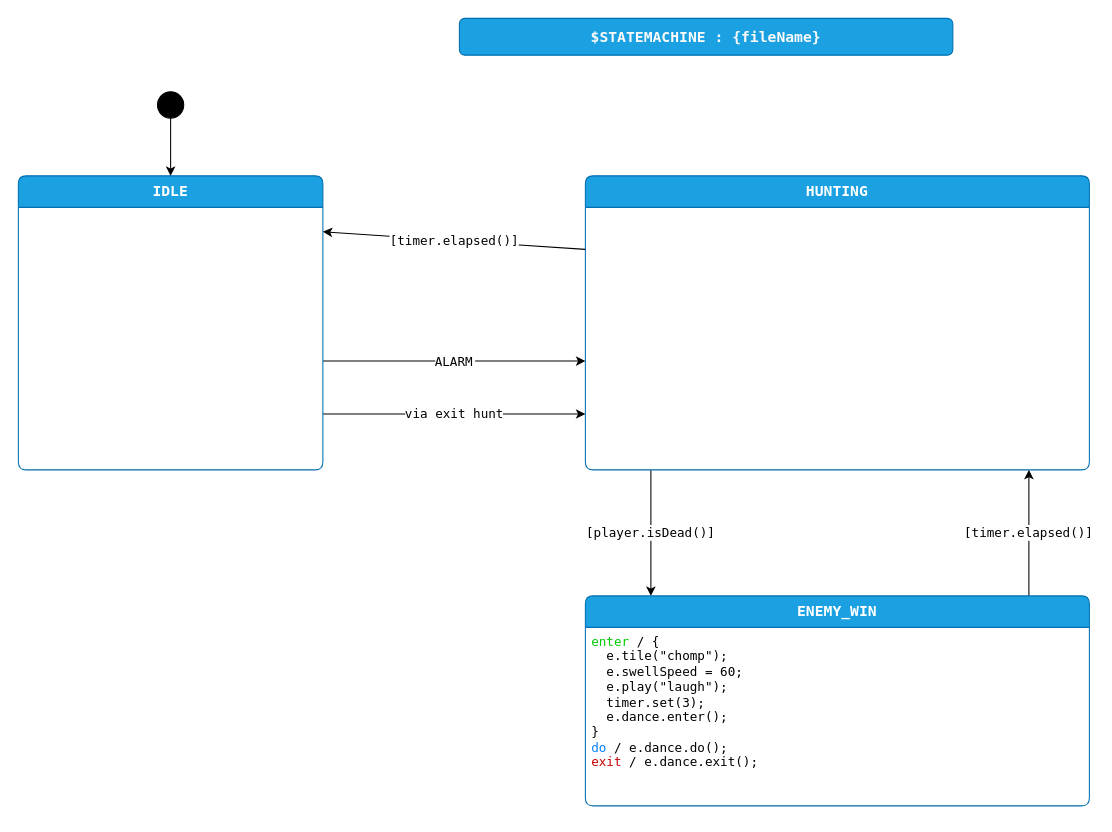
Before: page "design" (1 of 3) of enemy3/Enemy3Sm.drawio in adamfk/game-fsm-examples, a draw.io diagram. Source tidied: cells renumbered, new cells numbered last; positions are measured from the earlier drawing's top-left corner, leaving out a move shared by most shapes. Both pictures are drawn from the tidied source at 105%, with x=0, y=0 at pixel (18, 18).
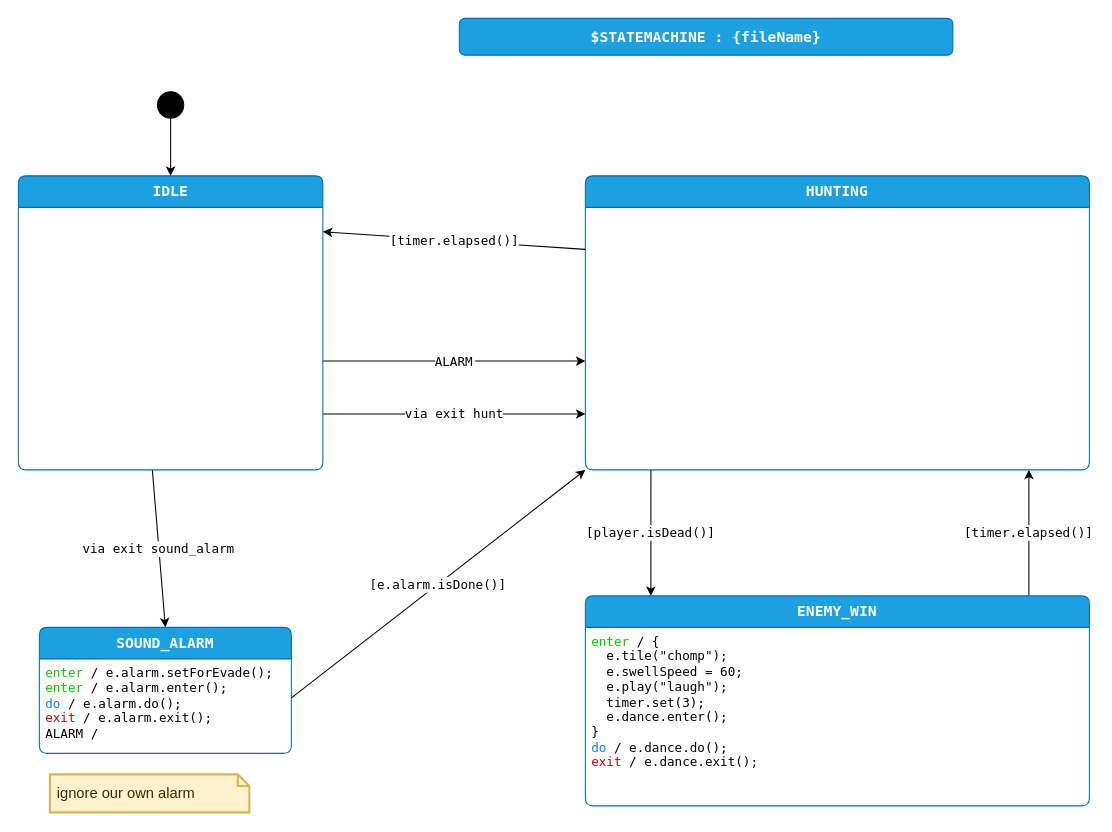
After the change.

Commit message (it also covers changes not shown here):
hunting sounds the alarm too sometimes

Diff of the diagram source:
```diff
@@
 <mxGraphModel>
   <root>
     <mxCell id="0" />
     <mxCell id="1" parent="0" />
     <mxCell id="2" value="&lt;span style=&quot;color: rgb(250, 250, 250); font-family: &amp;quot;Lucida Console&amp;quot;; font-size: 14px; font-weight: 700; text-wrap: nowrap;&quot;&gt;$STATEMACHINE : {fileName}&lt;/span&gt;" style="rounded=1;whiteSpace=wrap;html=1;fillColor=#1ba1e2;fontColor=#ffffff;strokeColor=#006EAF;" parent="1" vertex="1">
       <mxGeometry x="420" width="470" height="35" as="geometry" />
     </mxCell>
     <mxCell id="3" value="[player.isDead()]" style="shape=connector;rounded=0;html=1;exitX=0.13;exitY=1;exitDx=0;exitDy=0;exitPerimeter=0;entryX=0.13;entryY=0;entryDx=0;entryDy=0;entryPerimeter=0;labelBackgroundColor=default;strokeColor=default;fontFamily=Lucida Console;fontSize=12;fontColor=default;endArrow=classic;" parent="1" edge="1" source="4" target="6">
       <mxGeometry relative="1" as="geometry" />
     </mxCell>
     <mxCell id="4" value="HUNTING" style="shape=swimlane;align=center;verticalAlign=top;fontFamily=Lucida Console;startSize=30;fontSize=14;fontStyle=1;fontColor=#ffffff;fillColor=#1ba1e2;swimlaneFillColor=default;rounded=1;arcSize=15;absoluteArcSize=1;points=[[0,0,0,0,0],[0,0.06,0,0,0],[0,0.13,0,0,0],[0,0.19,0,0,0],[0,0.25,0,0,0],[0,0.31,0,0,0],[0,0.38,0,0,0],[0,0.44,0,0,0],[0,0.5,0,0,0],[0,0.56,0,0,0],[0,0.63,0,0,0],[0,0.69,0,0,0],[0,0.75,0,0,0],[0,0.81,0,0,0],[0,0.88,0,0,0],[0,0.94,0,0,0],[0,1,0,0,0],[0.06,0,0,0,0],[0.06,1,0,0,0],[0.13,0,0,0,0],[0.13,1,0,0,0],[0.19,0,0,0,0],[0.19,1,0,0,0],[0.25,0,0,0,0],[0.25,1,0,0,0],[0.31,0,0,0,0],[0.31,1,0,0,0],[0.38,0,0,0,0],[0.38,1,0,0,0],[0.44,0,0,0,0],[0.44,1,0,0,0],[0.5,0,0,0,0],[0.5,1,0,0,0],[0.56,0,0,0,0],[0.56,1,0,0,0],[0.63,0,0,0,0],[0.63,1,0,0,0],[0.69,0,0,0,0],[0.69,1,0,0,0],[0.75,0,0,0,0],[0.75,1,0,0,0],[0.81,0,0,0,0],[0.81,1,0,0,0],[0.88,0,0,0,0],[0.88,1,0,0,0],[0.94,0,0,0,0],[0.94,1,0,0,0],[1,0,0,0,0],[1,0.06,0,0,0],[1,0.13,0,0,0],[1,0.19,0,0,0],[1,0.25,0,0,0],[1,0.31,0,0,0],[1,0.38,0,0,0],[1,0.44,0,0,0],[1,0.5,0,0,0],[1,0.56,0,0,0],[1,0.63,0,0,0],[1,0.69,0,0,0],[1,0.75,0,0,0],[1,0.81,0,0,0],[1,0.88,0,0,0],[1,0.94,0,0,0],[1,1,0,0,0]];strokeColor=#006EAF;labelBackgroundColor=none;" parent="1" vertex="1" collapsed="1">
       <mxGeometry x="540" y="150" width="480" height="280" as="geometry" />
     </mxCell>
     <mxCell id="5" value="[timer.elapsed()]" style="shape=connector;rounded=0;html=1;exitX=0.88;exitY=0;exitDx=0;exitDy=0;exitPerimeter=0;entryX=0.88;entryY=1;entryDx=0;entryDy=0;entryPerimeter=0;labelBackgroundColor=default;strokeColor=default;fontFamily=Lucida Console;fontSize=12;fontColor=default;endArrow=classic;" parent="1" edge="1" source="6" target="4">
       <mxGeometry relative="1" as="geometry" />
     </mxCell>
     <mxCell id="6" value="ENEMY_WIN" style="shape=swimlane;align=center;verticalAlign=top;fontFamily=Lucida Console;startSize=30;fontSize=14;fontStyle=1;fontColor=#ffffff;fillColor=#1ba1e2;swimlaneFillColor=default;rounded=1;arcSize=15;absoluteArcSize=1;points=[[0,0,0,0,0],[0,0.06,0,0,0],[0,0.13,0,0,0],[0,0.19,0,0,0],[0,0.25,0,0,0],[0,0.31,0,0,0],[0,0.38,0,0,0],[0,0.44,0,0,0],[0,0.5,0,0,0],[0,0.56,0,0,0],[0,0.63,0,0,0],[0,0.69,0,0,0],[0,0.75,0,0,0],[0,0.81,0,0,0],[0,0.88,0,0,0],[0,0.94,0,0,0],[0,1,0,0,0],[0.06,0,0,0,0],[0.06,1,0,0,0],[0.13,0,0,0,0],[0.13,1,0,0,0],[0.19,0,0,0,0],[0.19,1,0,0,0],[0.25,0,0,0,0],[0.25,1,0,0,0],[0.31,0,0,0,0],[0.31,1,0,0,0],[0.38,0,0,0,0],[0.38,1,0,0,0],[0.44,0,0,0,0],[0.44,1,0,0,0],[0.5,0,0,0,0],[0.5,1,0,0,0],[0.56,0,0,0,0],[0.56,1,0,0,0],[0.63,0,0,0,0],[0.63,1,0,0,0],[0.69,0,0,0,0],[0.69,1,0,0,0],[0.75,0,0,0,0],[0.75,1,0,0,0],[0.81,0,0,0,0],[0.81,1,0,0,0],[0.88,0,0,0,0],[0.88,1,0,0,0],[0.94,0,0,0,0],[0.94,1,0,0,0],[1,0,0,0,0],[1,0.06,0,0,0],[1,0.13,0,0,0],[1,0.19,0,0,0],[1,0.25,0,0,0],[1,0.31,0,0,0],[1,0.38,0,0,0],[1,0.44,0,0,0],[1,0.5,0,0,0],[1,0.56,0,0,0],[1,0.63,0,0,0],[1,0.69,0,0,0],[1,0.75,0,0,0],[1,0.81,0,0,0],[1,0.88,0,0,0],[1,0.94,0,0,0],[1,1,0,0,0]];strokeColor=#006EAF;labelBackgroundColor=none;" parent="1" vertex="1">
       <mxGeometry x="540" y="550" width="480" height="200" as="geometry" />
     </mxCell>
     <mxCell id="7" value="&lt;font color=&quot;#00cc00&quot;&gt;enter&lt;/font&gt; / {&lt;br&gt;&amp;nbsp; e.tile(&quot;chomp&quot;);&lt;br&gt;&amp;nbsp; e.swellSpeed = 60;&lt;br&gt;&amp;nbsp; e.play(&quot;laugh&quot;);&lt;br&gt;&amp;nbsp; timer.set(3);&lt;br&gt;&amp;nbsp; e.dance.enter();&lt;br&gt;&lt;div&gt;}&lt;/div&gt;&lt;div&gt;&lt;font color=&quot;#007fff&quot;&gt;do&lt;/font&gt; / e.dance.do();&lt;br&gt;&lt;div&gt;&lt;font color=&quot;#cc0000&quot;&gt;exit&lt;/font&gt;&amp;nbsp;/ e.dance.exit();&lt;br&gt;&lt;/div&gt;&lt;/div&gt;" style="fontFamily=Lucida Console;align=left;verticalAlign=top;fillColor=none;gradientColor=none;strokeColor=none;rounded=0;spacingLeft=4;html=1;fontSize=12;fontColor=default;labelBackgroundColor=default;" parent="6" vertex="1">
       <mxGeometry y="30" width="180" height="140" as="geometry" />
     </mxCell>
     <mxCell id="8" value="via exit hunt" style="edgeStyle=none;html=1;exitX=1;exitY=0.81;exitDx=0;exitDy=0;exitPerimeter=0;entryX=0;entryY=0.81;entryDx=0;entryDy=0;entryPerimeter=0;fontSize=12;fontFamily=Lucida Console;" parent="1" edge="1" source="10" target="4">
       <mxGeometry relative="1" as="geometry" />
     </mxCell>
     <mxCell id="9" value="ALARM" style="edgeStyle=none;html=0;exitX=1;exitY=0.63;exitDx=0;exitDy=0;exitPerimeter=0;entryX=0;entryY=0.63;entryDx=0;entryDy=0;entryPerimeter=0;fontFamily=Lucida Console;fontSize=12;" parent="1" edge="1" source="10" target="4">
       <mxGeometry relative="1" as="geometry" />
     </mxCell>
+    <mxCell id="14" value="via exit sound_alarm" style="edgeStyle=none;html=0;exitX=0.44;exitY=1;exitDx=0;exitDy=0;exitPerimeter=0;entryX=0.5;entryY=0;entryDx=0;entryDy=0;entryPerimeter=0;fontFamily=Lucida Console;fontSize=12;" parent="1" edge="1" source="10" target="15">
+      <mxGeometry relative="1" as="geometry" />
+    </mxCell>
     <mxCell id="10" value="IDLE" style="shape=swimlane;align=center;verticalAlign=top;fontFamily=Lucida Console;startSize=30;fontSize=14;fontStyle=1;fontColor=#ffffff;fillColor=#1ba1e2;swimlaneFillColor=default;rounded=1;arcSize=15;absoluteArcSize=1;points=[[0,0,0,0,0],[0,0.06,0,0,0],[0,0.13,0,0,0],[0,0.19,0,0,0],[0,0.25,0,0,0],[0,0.31,0,0,0],[0,0.38,0,0,0],[0,0.44,0,0,0],[0,0.5,0,0,0],[0,0.56,0,0,0],[0,0.63,0,0,0],[0,0.69,0,0,0],[0,0.75,0,0,0],[0,0.81,0,0,0],[0,0.88,0,0,0],[0,0.94,0,0,0],[0,1,0,0,0],[0.06,0,0,0,0],[0.06,1,0,0,0],[0.13,0,0,0,0],[0.13,1,0,0,0],[0.19,0,0,0,0],[0.19,1,0,0,0],[0.25,0,0,0,0],[0.25,1,0,0,0],[0.31,0,0,0,0],[0.31,1,0,0,0],[0.38,0,0,0,0],[0.38,1,0,0,0],[0.44,0,0,0,0],[0.44,1,0,0,0],[0.5,0,0,0,0],[0.5,1,0,0,0],[0.56,0,0,0,0],[0.56,1,0,0,0],[0.63,0,0,0,0],[0.63,1,0,0,0],[0.69,0,0,0,0],[0.69,1,0,0,0],[0.75,0,0,0,0],[0.75,1,0,0,0],[0.81,0,0,0,0],[0.81,1,0,0,0],[0.88,0,0,0,0],[0.88,1,0,0,0],[0.94,0,0,0,0],[0.94,1,0,0,0],[1,0,0,0,0],[1,0.06,0,0,0],[1,0.13,0,0,0],[1,0.19,0,0,0],[1,0.25,0,0,0],[1,0.31,0,0,0],[1,0.38,0,0,0],[1,0.44,0,0,0],[1,0.5,0,0,0],[1,0.56,0,0,0],[1,0.63,0,0,0],[1,0.69,0,0,0],[1,0.75,0,0,0],[1,0.81,0,0,0],[1,0.88,0,0,0],[1,0.94,0,0,0],[1,1,0,0,0]];strokeColor=#006EAF;labelBackgroundColor=none;" parent="1" vertex="1" collapsed="1">
       <mxGeometry y="150" width="290" height="280" as="geometry" />
     </mxCell>
     <mxCell id="11" value="&lt;span style=&quot;font-family: &amp;quot;Lucida Console&amp;quot;; font-size: 12px;&quot;&gt;[timer.elapsed()]&lt;/span&gt;" style="edgeStyle=none;html=1;exitX=0;exitY=0.25;exitDx=0;exitDy=0;exitPerimeter=0;entryX=1;entryY=0.19;entryDx=0;entryDy=0;entryPerimeter=0;" parent="1" edge="1" source="4" target="10">
       <mxGeometry relative="1" as="geometry" />
     </mxCell>
     <mxCell id="12" style="edgeStyle=none;html=1;" parent="1" edge="1" source="13" target="10">
       <mxGeometry relative="1" as="geometry" />
     </mxCell>
     <mxCell id="13" value="$initial_state" style="shape=ellipse;fillColor=#000000;noLabel=1;" parent="1" vertex="1">
       <mxGeometry x="132.5" y="70" width="25" height="25" as="geometry" />
     </mxCell>
+    <mxCell id="15" value="SOUND_ALARM" style="shape=swimlane;align=center;verticalAlign=top;fontFamily=Lucida Console;startSize=30;fontSize=14;fontStyle=1;fontColor=#ffffff;fillColor=#1ba1e2;swimlaneFillColor=default;rounded=1;arcSize=15;absoluteArcSize=1;points=[[0,0,0,0,0],[0,0.06,0,0,0],[0,0.13,0,0,0],[0,0.19,0,0,0],[0,0.25,0,0,0],[0,0.31,0,0,0],[0,0.38,0,0,0],[0,0.44,0,0,0],[0,0.5,0,0,0],[0,0.56,0,0,0],[0,0.63,0,0,0],[0,0.69,0,0,0],[0,0.75,0,0,0],[0,0.81,0,0,0],[0,0.88,0,0,0],[0,0.94,0,0,0],[0,1,0,0,0],[0.06,0,0,0,0],[0.06,1,0,0,0],[0.13,0,0,0,0],[0.13,1,0,0,0],[0.19,0,0,0,0],[0.19,1,0,0,0],[0.25,0,0,0,0],[0.25,1,0,0,0],[0.31,0,0,0,0],[0.31,1,0,0,0],[0.38,0,0,0,0],[0.38,1,0,0,0],[0.44,0,0,0,0],[0.44,1,0,0,0],[0.5,0,0,0,0],[0.5,1,0,0,0],[0.56,0,0,0,0],[0.56,1,0,0,0],[0.63,0,0,0,0],[0.63,1,0,0,0],[0.69,0,0,0,0],[0.69,1,0,0,0],[0.75,0,0,0,0],[0.75,1,0,0,0],[0.81,0,0,0,0],[0.81,1,0,0,0],[0.88,0,0,0,0],[0.88,1,0,0,0],[0.94,0,0,0,0],[0.94,1,0,0,0],[1,0,0,0,0],[1,0.06,0,0,0],[1,0.13,0,0,0],[1,0.19,0,0,0],[1,0.25,0,0,0],[1,0.31,0,0,0],[1,0.38,0,0,0],[1,0.44,0,0,0],[1,0.5,0,0,0],[1,0.56,0,0,0],[1,0.63,0,0,0],[1,0.69,0,0,0],[1,0.75,0,0,0],[1,0.81,0,0,0],[1,0.88,0,0,0],[1,0.94,0,0,0],[1,1,0,0,0]];strokeColor=#006EAF;labelBackgroundColor=none;" parent="1" vertex="1">
+      <mxGeometry x="20" y="580" width="240" height="120" as="geometry" />
+    </mxCell>
+    <mxCell id="16" value="&lt;font color=&quot;#00cc00&quot;&gt;enter&lt;/font&gt;&amp;nbsp;/&amp;nbsp;e.alarm.setForEvade();&lt;br&gt;&lt;font color=&quot;#00cc00&quot;&gt;enter&lt;/font&gt;&amp;nbsp;/&amp;nbsp;e.alarm.enter();&lt;br&gt;&lt;div&gt;&lt;font color=&quot;#007fff&quot;&gt;do&lt;/font&gt;&amp;nbsp;/ e.alarm.do();&lt;/div&gt;&lt;div&gt;&lt;font color=&quot;#cc0000&quot;&gt;exit&lt;/font&gt;&amp;nbsp;/ e.alarm.exit();&lt;/div&gt;&lt;div&gt;ALARM /&amp;nbsp;&lt;/div&gt;" style="fontFamily=Lucida Console;align=left;verticalAlign=top;fillColor=none;gradientColor=none;strokeColor=none;rounded=0;spacingLeft=4;html=1;fontSize=12;fontColor=default;labelBackgroundColor=default;" parent="15" vertex="1">
+      <mxGeometry y="30" width="240" height="90" as="geometry" />
+    </mxCell>
+    <mxCell id="17" value="ignore our own alarm&lt;div&gt;&lt;/div&gt;" style="shape=note;strokeWidth=2;fontSize=14;size=11;whiteSpace=wrap;html=1;fillColor=#fff2cc;strokeColor=#d6b656;fontColor=#303000;align=left;spacingLeft=5;verticalAlign=middle;fontFamily=Helvetica;" parent="1" vertex="1">
+      <mxGeometry x="30" y="720" width="190" height="36.2" as="geometry" />
+    </mxCell>
+    <mxCell id="18" value="[e.alarm.isDone()]" style="edgeStyle=none;html=0;exitX=1;exitY=0.56;exitDx=0;exitDy=0;exitPerimeter=0;fontFamily=Lucida Console;fontSize=12;entryX=0;entryY=1;entryDx=0;entryDy=0;entryPerimeter=0;" parent="1" edge="1" source="15" target="4">
+      <mxGeometry relative="1" as="geometry" />
+    </mxCell>
   </root>
 </mxGraphModel>
```
